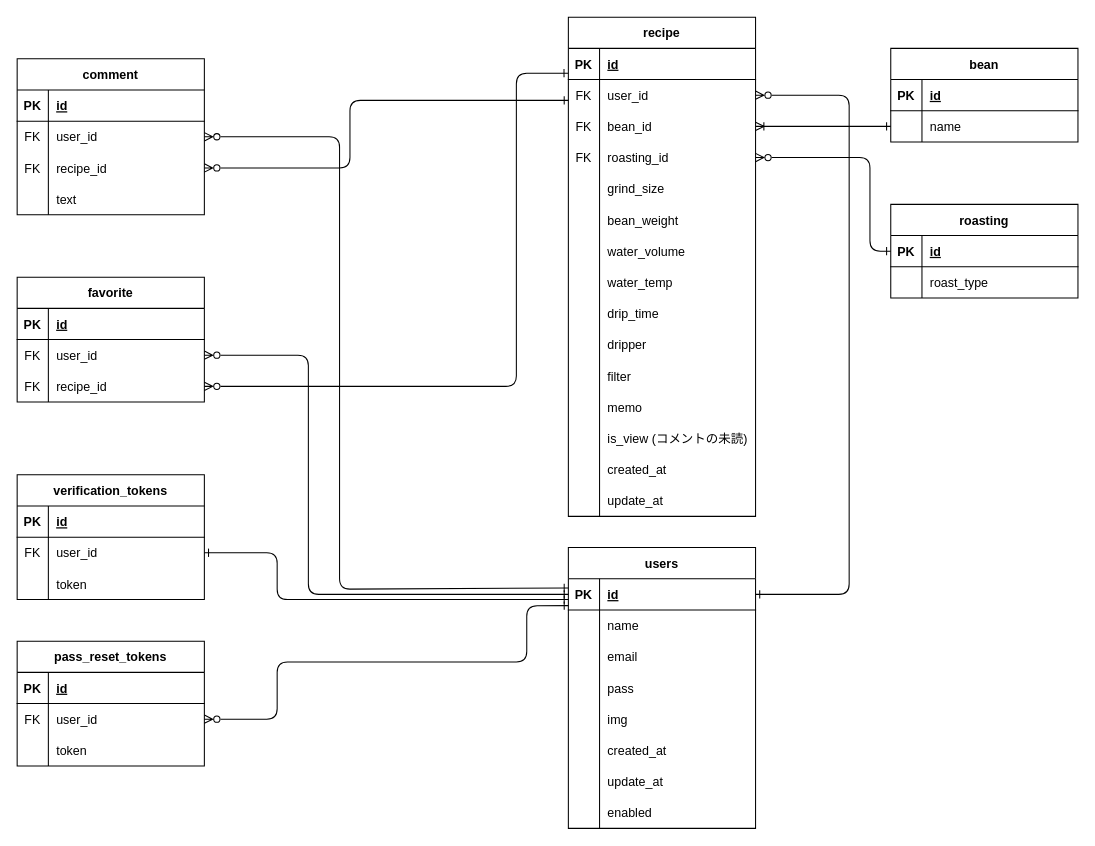
sasa-0823/my_coffee keeps this draw.io diagram as ER.dio. Above is the earlier version. Source tidied: cells renumbered, new cells numbered last; positions are measured from the earlier drawing's top-left corner, leaving out a move shared by most shapes. Both pictures are drawn from the tidied source at 104%, with x=0, y=0 at pixel (17, 17).
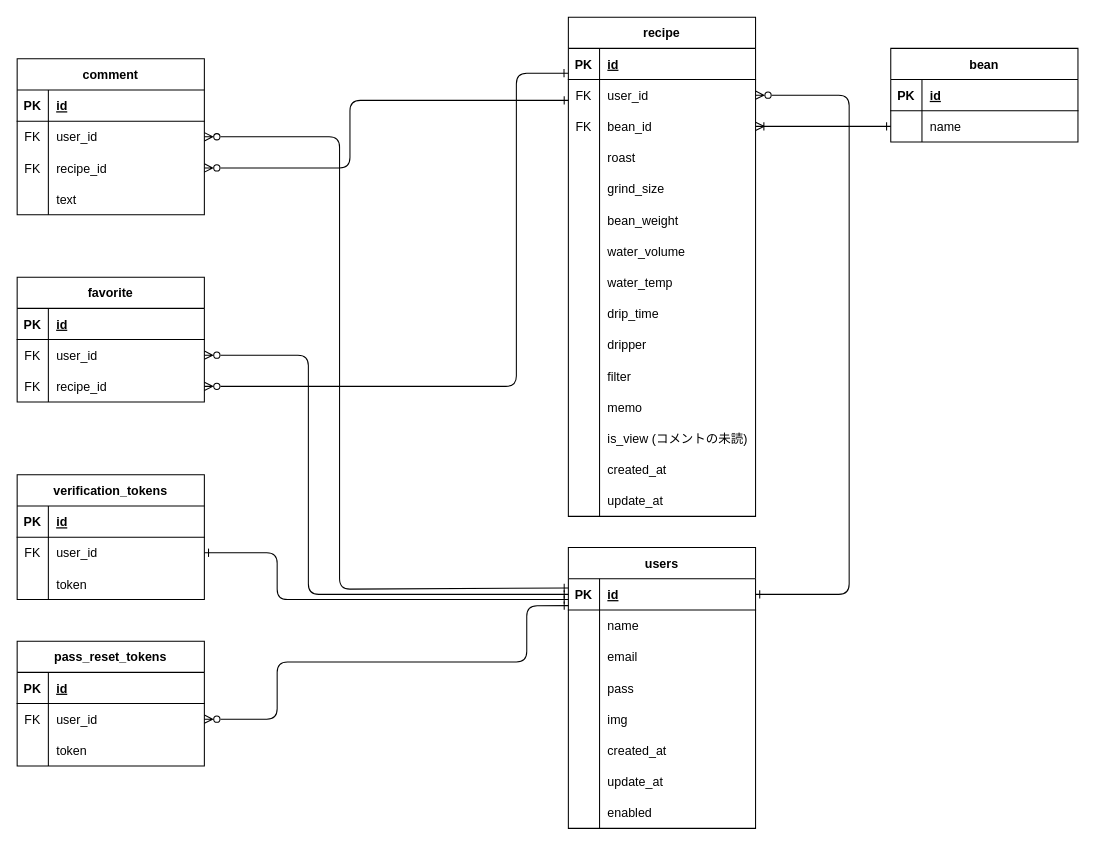
The same diagram, later.

Unchanged cells that the change refers to:
```xml
<mxCell id="12" style="shape=tableRow;horizontal=0;startSize=0;swimlaneHead=0;swimlaneBody=0;fillColor=none;points=[[0,0.5],[1,0.5]];portConstraint=eastwest;top=0;left=0;right=0;bottom=0;" parent="2" vertex="1">
  <mxGeometry y="120" width="180" height="30" as="geometry" />
</mxCell>
```

The edit, as a diff of the source:
```diff
@@
-    <mxCell id="13" value="FK" style="shape=partialRectangle;fillColor=none;top=0;left=0;bottom=0;right=0;overflow=hidden;" parent="12" vertex="1">
+    <mxCell id="13" style="shape=partialRectangle;fillColor=none;top=0;left=0;bottom=0;right=0;overflow=hidden;" parent="12" vertex="1">
       <mxGeometry width="30" height="30" as="geometry" />
     </mxCell>
-    <mxCell id="14" value="roasting_id" style="shape=partialRectangle;fillColor=none;top=0;left=0;bottom=0;right=0;align=left;spacingLeft=6;overflow=hidden;" parent="12" vertex="1">
+    <mxCell id="14" value="roast" style="shape=partialRectangle;fillColor=none;top=0;left=0;bottom=0;right=0;align=left;spacingLeft=6;overflow=hidden;" parent="12" vertex="1">
       <mxGeometry x="30" width="150" height="30" as="geometry" />
     </mxCell>
@@
-    <mxCell id="131" value="roasting" style="shape=table;startSize=30;childLayout=tableLayout;rowLines=0;fontStyle=1;align=center;" parent="1" vertex="1">
-      <mxGeometry x="840" y="180" width="180" height="90" as="geometry" />
-    </mxCell>
-    <mxCell id="132" style="shape=tableRow;horizontal=0;startSize=0;swimlaneHead=0;swimlaneBody=0;fillColor=none;points=[[0,0.5],[1,0.5]];portConstraint=eastwest;top=0;left=0;right=0;bottom=1;" parent="131" vertex="1">
-      <mxGeometry y="30" width="180" height="30" as="geometry" />
-    </mxCell>
-    <mxCell id="133" value="PK" style="shape=partialRectangle;fillColor=none;top=0;left=0;bottom=0;right=0;fontStyle=1;overflow=hidden;" parent="132" vertex="1">
-      <mxGeometry width="30" height="30" as="geometry" />
-    </mxCell>
-    <mxCell id="134" value="id" style="shape=partialRectangle;fillColor=none;top=0;left=0;bottom=0;right=0;align=left;spacingLeft=6;fontStyle=5;overflow=hidden;" parent="132" vertex="1">
-      <mxGeometry x="30" width="150" height="30" as="geometry" />
-    </mxCell>
-    <mxCell id="135" style="shape=tableRow;horizontal=0;startSize=0;swimlaneHead=0;swimlaneBody=0;fillColor=none;top=0;left=0;right=0;bottom=0;" parent="131" vertex="1">
-      <mxGeometry y="60" width="180" height="30" as="geometry" />
-    </mxCell>
-    <mxCell id="136" style="shape=partialRectangle;fillColor=none;top=0;left=0;bottom=0;right=0;overflow=hidden;" parent="135" vertex="1">
-      <mxGeometry width="30" height="30" as="geometry" />
-    </mxCell>
-    <mxCell id="137" value="roast_type" style="shape=partialRectangle;fillColor=none;top=0;left=0;bottom=0;right=0;align=left;spacingLeft=6;overflow=hidden;" parent="135" vertex="1">
-      <mxGeometry x="30" width="150" height="30" as="geometry" />
-    </mxCell>
-    <mxCell id="138" style="edgeStyle=none;html=1;entryX=1;entryY=0.5;entryDx=0;entryDy=0;exitX=0;exitY=0.5;exitDx=0;exitDy=0;endArrow=ERzeroToMany;endFill=0;startArrow=ERone;startFill=0;" parent="1" edge="1" source="132" target="12">
-      <mxGeometry relative="1" as="geometry">
-        <Array as="points">
-          <mxPoint x="820" y="225" />
-          <mxPoint x="820" y="135" />
-        </Array>
-      </mxGeometry>
-    </mxCell>
```
